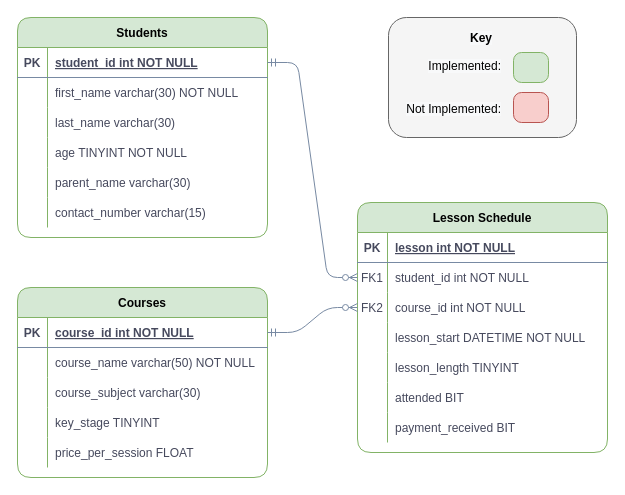
Above: scheduler-erd.drawio in mani-01/Tuition-Scheduler-Webpage (draw.io), before the change. Source tidied: cells renumbered, new cells numbered last; positions are measured from the earlier drawing's top-left corner, leaving out a move shared by most shapes. Both pictures are drawn from the tidied source at 100%, with x=0, y=0 at pixel (17, 17).
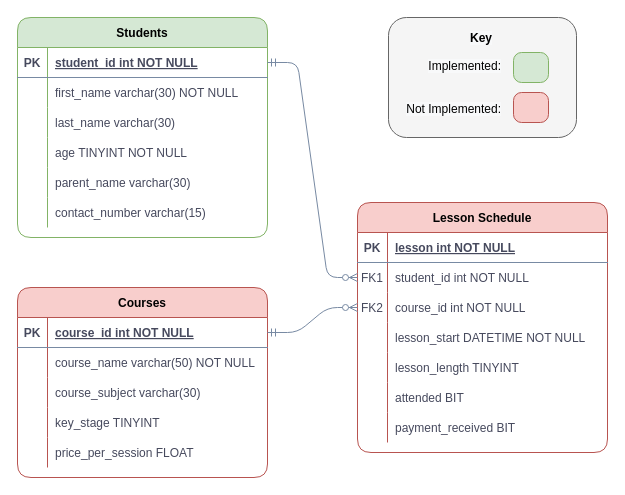
The same page after the edit.

Commit message:
implements only 1 table

The edit, as a diff of the source:
```diff
@@
-    <mxCell id="3" value="Lesson Schedule" style="shape=table;startSize=30;childLayout=tableLayout;rowLines=0;fontStyle=1;align=center;fillColor=#d5e8d4;strokeColor=#82b366;rounded=1;strokeWidth=1;" parent="1" vertex="1">
+    <mxCell id="3" value="Lesson Schedule" style="shape=table;startSize=30;childLayout=tableLayout;rowLines=0;fontStyle=1;align=center;fillColor=#f8cecc;strokeColor=#b85450;rounded=1;strokeWidth=1;" parent="1" vertex="1">
       <mxGeometry x="340" y="185" width="250" height="250" as="geometry" />
     </mxCell>
@@
-    <mxCell id="25" value="Courses" style="shape=table;startSize=30;childLayout=tableLayout;rowLines=0;fontStyle=1;align=center;fillColor=#d5e8d4;strokeColor=#82b366;rounded=1;strokeWidth=1;" parent="1" vertex="1">
+    <mxCell id="25" value="Courses" style="shape=table;startSize=30;childLayout=tableLayout;rowLines=0;fontStyle=1;align=center;fillColor=#f8cecc;strokeColor=#b85450;rounded=1;strokeWidth=1;" parent="1" vertex="1">
       <mxGeometry y="270" width="250" height="190" as="geometry" />
     </mxCell>
```
